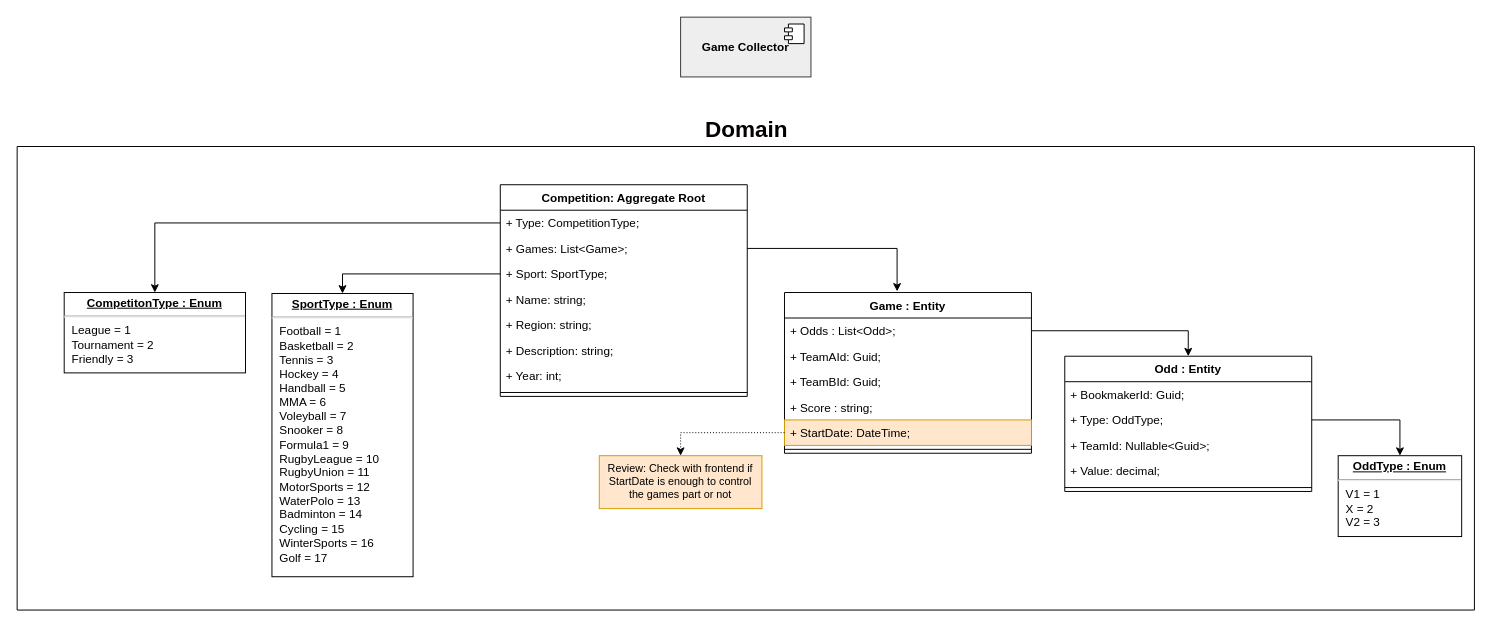
Above: page "bookmaker-integration" (2 of 2) of diagrams/bookmaker-integration.drawio in skullizador/bookmaker-integration (draw.io), before the change. Source tidied: cells renumbered, new cells numbered last; positions are measured from the earlier drawing's top-left corner, leaving out a move shared by most shapes. Both pictures are drawn from the tidied source at 98%, with x=0, y=0 at pixel (17, 17).
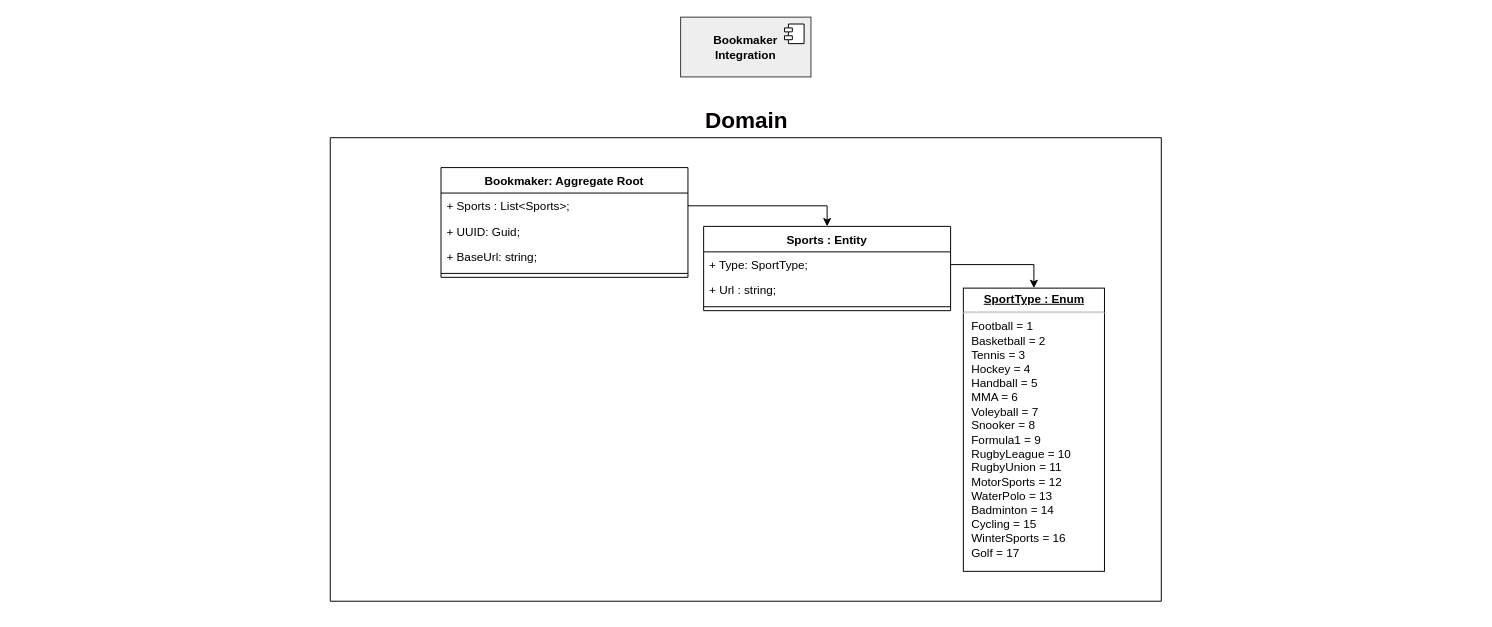
After the change.

Change to the diagram source:
```diff
@@
     <mxCell id="2" value="Domain" style="swimlane;horizontal=1;fontSize=23;html=1;labelPosition=center;verticalLabelPosition=top;align=center;verticalAlign=bottom;startSize=0;glass=0;shadow=0;swimlaneFillColor=none;fontColor=#050000;" parent="1" vertex="1">
-      <mxGeometry y="132" width="1487" height="473" as="geometry" />
+      <mxGeometry x="319.5" y="123" width="848" height="473" as="geometry" />
     </mxCell>
-    <mxCell id="3" value="&lt;p style=&quot;margin:0px;margin-top:4px;text-align:center;text-decoration:underline;&quot;&gt;&lt;b&gt;OddType : Enum&lt;/b&gt;&lt;/p&gt;&lt;hr&gt;&lt;p style=&quot;margin:0px;margin-left:8px;&quot;&gt;V1 = 1&lt;/p&gt;&lt;p style=&quot;margin:0px;margin-left:8px;&quot;&gt;X = 2&lt;/p&gt;&lt;p style=&quot;margin:0px;margin-left:8px;&quot;&gt;V2 = 3&lt;/p&gt;" style="verticalAlign=top;align=left;overflow=fill;fontSize=12;fontFamily=Helvetica;html=1;" parent="2" vertex="1">
-      <mxGeometry x="1348" y="315.5" width="126" height="82.5" as="geometry" />
-    </mxCell>
-    <mxCell id="4" value="Odd : Entity" style="swimlane;fontStyle=1;align=center;verticalAlign=top;horizontal=1;startSize=26;" parent="2" vertex="1">
-      <mxGeometry x="1069" y="214" width="252" height="138" as="geometry" />
+    <mxCell id="4" value="Sports : Entity" style="swimlane;fontStyle=1;align=center;verticalAlign=top;horizontal=1;startSize=26;" parent="2" vertex="1">
+      <mxGeometry x="381" y="90.5" width="252" height="86" as="geometry" />
     </mxCell>
-    <mxCell id="5" value="+ BookmakerId: Guid;" style="text;strokeColor=none;fillColor=none;align=left;verticalAlign=top;spacingLeft=4;spacingRight=4;overflow=hidden;" parent="4" vertex="1">
-      <mxGeometry y="26" width="252" height="26" as="geometry" />
-    </mxCell>
-    <mxCell id="6" value="+ Type: OddType;" style="text;strokeColor=none;fillColor=none;align=left;verticalAlign=top;spacingLeft=4;spacingRight=4;overflow=hidden;points=[[0,0.5],[1,0.5]];portConstraint=eastwest;" parent="4" vertex="1">
-      <mxGeometry y="52" width="252" height="26" as="geometry" />
+    <mxCell id="6" value="+ Type: SportType;" style="text;strokeColor=none;fillColor=none;align=left;verticalAlign=top;spacingLeft=4;spacingRight=4;overflow=hidden;points=[[0,0.5],[1,0.5]];portConstraint=eastwest;" parent="4" vertex="1">
+      <mxGeometry y="26" width="252" height="26" as="geometry" />
     </mxCell>
-    <mxCell id="7" value="+ TeamId: Nullable&lt;Guid&gt;;" style="text;strokeColor=none;fillColor=none;align=left;verticalAlign=top;spacingLeft=4;spacingRight=4;overflow=hidden;" parent="4" vertex="1">
-      <mxGeometry y="78" width="252" height="26" as="geometry" />
-    </mxCell>
-    <mxCell id="8" value="+ Value: decimal;" style="text;strokeColor=none;fillColor=none;align=left;verticalAlign=top;spacingLeft=4;spacingRight=4;overflow=hidden;" parent="4" vertex="1">
-      <mxGeometry y="104" width="252" height="26" as="geometry" />
+    <mxCell id="8" value="+ Url : string;" style="text;strokeColor=none;fillColor=none;align=left;verticalAlign=top;spacingLeft=4;spacingRight=4;overflow=hidden;" parent="4" vertex="1">
+      <mxGeometry y="52" width="252" height="26" as="geometry" />
     </mxCell>
     <mxCell id="9" style="line;strokeWidth=1;fillColor=none;align=left;verticalAlign=middle;spacingTop=-1;spacingLeft=3;spacingRight=3;labelPosition=right;" parent="4" vertex="1">
-      <mxGeometry y="130" width="252" height="8" as="geometry" />
+      <mxGeometry y="78" width="252" height="8" as="geometry" />
     </mxCell>
-    <mxCell id="10" value="Game : Entity" style="swimlane;fontStyle=1;align=center;verticalAlign=top;horizontal=1;startSize=26;" parent="2" vertex="1">
-      <mxGeometry x="783" y="149" width="252" height="164" as="geometry" />
-    </mxCell>
-    <mxCell id="11" value="+ Odds : List&lt;Odd&gt;;" style="text;strokeColor=none;fillColor=none;align=left;verticalAlign=top;spacingLeft=4;spacingRight=4;overflow=hidden;points=[[0,0.5],[1,0.5]];portConstraint=eastwest;" parent="10" vertex="1">
-      <mxGeometry y="26" width="252" height="26" as="geometry" />
-    </mxCell>
-    <mxCell id="12" value="+ TeamAId: Guid;" style="text;strokeColor=none;fillColor=none;align=left;verticalAlign=top;spacingLeft=4;spacingRight=4;overflow=hidden;" parent="10" vertex="1">
-      <mxGeometry y="52" width="252" height="26" as="geometry" />
-    </mxCell>
-    <mxCell id="13" value="+ TeamBId: Guid;" style="text;strokeColor=none;fillColor=none;align=left;verticalAlign=top;spacingLeft=4;spacingRight=4;overflow=hidden;" parent="10" vertex="1">
-      <mxGeometry y="78" width="252" height="26" as="geometry" />
-    </mxCell>
-    <mxCell id="14" value="+ Score : string;" style="text;strokeColor=none;fillColor=none;align=left;verticalAlign=top;spacingLeft=4;spacingRight=4;overflow=hidden;" parent="10" vertex="1">
-      <mxGeometry y="104" width="252" height="26" as="geometry" />
-    </mxCell>
-    <mxCell id="15" value="+ StartDate: DateTime;" style="text;strokeColor=#d79b00;fillColor=#ffe6cc;align=left;verticalAlign=top;spacingLeft=4;spacingRight=4;overflow=hidden;points=[[0,0.5],[1,0.5]];portConstraint=eastwest;" parent="10" vertex="1">
-      <mxGeometry y="130" width="252" height="26" as="geometry" />
-    </mxCell>
-    <mxCell id="16" style="line;strokeWidth=1;fillColor=none;align=left;verticalAlign=middle;spacingTop=-1;spacingLeft=3;spacingRight=3;labelPosition=right;" parent="10" vertex="1">
-      <mxGeometry y="156" width="252" height="8" as="geometry" />
-    </mxCell>
-    <mxCell id="17" style="edgeStyle=orthogonalEdgeStyle;rounded=0;jettySize=auto;html=1;entryX=0.456;entryY=-0.007;entryDx=0;entryDy=0;entryPerimeter=0;" parent="2" edge="1" source="27" target="10">
-      <mxGeometry relative="1" as="geometry" />
-    </mxCell>
-    <mxCell id="18" style="edgeStyle=orthogonalEdgeStyle;rounded=0;jettySize=auto;html=1;entryX=0.5;entryY=0;entryDx=0;entryDy=0;" parent="2" edge="1" source="11" target="4">
-      <mxGeometry relative="1" as="geometry" />
-    </mxCell>
-    <mxCell id="19" value="Review: Check with frontend if StartDate is enough to control the games part or not" style="whiteSpace=wrap;html=1;align=center;verticalAlign=top;fillColor=#ffe6cc;strokeColor=#d79b00;gradientColor=none;spacingLeft=4;spacingRight=4;fontSize=11;fontStyle=0;" parent="2" vertex="1">
-      <mxGeometry x="594" y="315.5" width="166" height="54" as="geometry" />
-    </mxCell>
-    <mxCell id="20" value="&lt;p style=&quot;margin:0px;margin-top:4px;text-align:center;text-decoration:underline;&quot;&gt;&lt;b&gt;CompetitonType : Enum&lt;/b&gt;&lt;/p&gt;&lt;hr&gt;&lt;p style=&quot;margin:0px;margin-left:8px;&quot;&gt;League = 1&lt;/p&gt;&lt;p style=&quot;margin:0px;margin-left:8px;&quot;&gt;Tournament = 2&amp;nbsp;&lt;/p&gt;&lt;p style=&quot;margin:0px;margin-left:8px;&quot;&gt;Friendly = 3&lt;/p&gt;&lt;p style=&quot;margin:0px;margin-left:8px;&quot;&gt;&lt;br&gt;&lt;/p&gt;" style="verticalAlign=top;align=left;overflow=fill;fontSize=12;fontFamily=Helvetica;html=1;" parent="2" vertex="1">
-      <mxGeometry x="48" y="149" width="185" height="82" as="geometry" />
-    </mxCell>
-    <mxCell id="21" style="edgeStyle=orthogonalEdgeStyle;rounded=0;jettySize=auto;html=1;entryX=0.5;entryY=0;entryDx=0;entryDy=0;fontSize=11;" parent="2" edge="1" source="26" target="20">
-      <mxGeometry relative="1" as="geometry" />
-    </mxCell>
+    <mxCell id="25" value="Bookmaker: Aggregate Root" style="swimlane;fontStyle=1;align=center;verticalAlign=top;horizontal=1;startSize=26;" parent="2" vertex="1">
+      <mxGeometry x="113" y="30.5" width="252" height="112" as="geometry" />
+    </mxCell>
+    <mxCell id="37" value="+ Sports : List&lt;Sports&gt;;" style="text;strokeColor=none;fillColor=none;align=left;verticalAlign=top;spacingLeft=4;spacingRight=4;overflow=hidden;points=[[0,0.5],[1,0.5]];portConstraint=eastwest;" parent="25" vertex="1">
+      <mxGeometry y="26" width="252" height="26" as="geometry" />
+    </mxCell>
+    <mxCell id="29" value="+ UUID: Guid;" style="text;strokeColor=none;fillColor=none;align=left;verticalAlign=top;spacingLeft=4;spacingRight=4;overflow=hidden;" parent="25" vertex="1">
+      <mxGeometry y="52" width="252" height="26" as="geometry" />
+    </mxCell>
+    <mxCell id="31" value="+ BaseUrl: string;" style="text;strokeColor=none;fillColor=none;align=left;verticalAlign=top;spacingLeft=4;spacingRight=4;overflow=hidden;" parent="25" vertex="1">
+      <mxGeometry y="78" width="252" height="26" as="geometry" />
+    </mxCell>
+    <mxCell id="33" style="line;strokeWidth=1;fillColor=none;align=left;verticalAlign=middle;spacingTop=-1;spacingLeft=3;spacingRight=3;labelPosition=right;" parent="25" vertex="1">
+      <mxGeometry y="104" width="252" height="8" as="geometry" />
+    </mxCell>
+    <mxCell id="38" style="edgeStyle=orthogonalEdgeStyle;rounded=0;jettySize=auto;html=1;entryX=0.5;entryY=0;entryDx=0;entryDy=0;" parent="2" edge="1" source="37" target="4">
+      <mxGeometry relative="1" as="geometry" />
+    </mxCell>
     <mxCell id="22" value="&lt;p style=&quot;margin:0px;margin-top:4px;text-align:center;text-decoration:underline;&quot;&gt;&lt;b&gt;SportType : Enum&lt;/b&gt;&lt;/p&gt;&lt;hr&gt;&lt;p style=&quot;margin:0px;margin-left:8px;&quot;&gt;Football = 1&lt;/p&gt;&lt;p style=&quot;margin:0px;margin-left:8px;&quot;&gt;Basketball = 2&lt;/p&gt;&lt;p style=&quot;margin:0px;margin-left:8px;&quot;&gt;Tennis = 3&lt;/p&gt;&lt;p style=&quot;margin:0px;margin-left:8px;&quot;&gt;Hockey = 4&amp;nbsp;&lt;/p&gt;&lt;p style=&quot;margin:0px;margin-left:8px;&quot;&gt;Handball = 5&lt;/p&gt;&lt;p style=&quot;margin:0px;margin-left:8px;&quot;&gt;MMA = 6&amp;nbsp;&lt;/p&gt;&lt;p style=&quot;margin:0px;margin-left:8px;&quot;&gt;Voleyball = 7&lt;/p&gt;&lt;p style=&quot;margin:0px;margin-left:8px;&quot;&gt;Snooker = 8&lt;/p&gt;&lt;p style=&quot;margin:0px;margin-left:8px;&quot;&gt;Formula1 = 9&amp;nbsp;&lt;/p&gt;&lt;p style=&quot;margin:0px;margin-left:8px;&quot;&gt;RugbyLeague = 10&lt;/p&gt;&lt;p style=&quot;margin:0px;margin-left:8px;&quot;&gt;RugbyUnion = 11&lt;br&gt;&lt;/p&gt;&lt;p style=&quot;margin:0px;margin-left:8px;&quot;&gt;MotorSports = 12&lt;/p&gt;&lt;p style=&quot;margin:0px;margin-left:8px;&quot;&gt;WaterPolo = 13&lt;/p&gt;&lt;p style=&quot;margin:0px;margin-left:8px;&quot;&gt;Badminton = 14&lt;/p&gt;&lt;p style=&quot;margin:0px;margin-left:8px;&quot;&gt;Cycling = 15&lt;/p&gt;&lt;p style=&quot;margin:0px;margin-left:8px;&quot;&gt;WinterSports = 16&lt;/p&gt;&lt;p style=&quot;margin:0px;margin-left:8px;&quot;&gt;Golf = 17&lt;/p&gt;&lt;p style=&quot;margin:0px;margin-left:8px;&quot;&gt;&lt;br&gt;&lt;/p&gt;&lt;p style=&quot;margin:0px;margin-left:8px;&quot;&gt;&lt;br&gt;&lt;/p&gt;&lt;p style=&quot;margin:0px;margin-left:8px;&quot;&gt;&lt;br&gt;&lt;/p&gt;" style="verticalAlign=top;align=left;overflow=fill;fontSize=12;fontFamily=Helvetica;html=1;" parent="2" vertex="1">
-      <mxGeometry x="260" y="150" width="144" height="289" as="geometry" />
+      <mxGeometry x="646" y="153.5" width="144" height="289" as="geometry" />
     </mxCell>
-    <mxCell id="23" style="edgeStyle=orthogonalEdgeStyle;rounded=0;jettySize=auto;html=1;fontSize=11;" parent="2" edge="1" source="28" target="22">
-      <mxGeometry relative="1" as="geometry" />
-    </mxCell>
-    <mxCell id="24" style="edgeStyle=orthogonalEdgeStyle;rounded=0;jettySize=auto;html=1;entryX=0.5;entryY=0;entryDx=0;entryDy=0;fontSize=11;dashed=1;dashPattern=1 2;" parent="2" edge="1" source="15" target="19">
-      <mxGeometry relative="1" as="geometry" />
-    </mxCell>
-    <mxCell id="25" value="Competition: Aggregate Root" style="swimlane;fontStyle=1;align=center;verticalAlign=top;horizontal=1;startSize=26;" parent="2" vertex="1">
-      <mxGeometry x="493" y="39" width="252" height="216" as="geometry" />
-    </mxCell>
-    <mxCell id="26" value="+ Type: CompetitionType;" style="text;strokeColor=none;fillColor=none;align=left;verticalAlign=top;spacingLeft=4;spacingRight=4;overflow=hidden;points=[[0,0.5],[1,0.5]];portConstraint=eastwest;" parent="25" vertex="1">
-      <mxGeometry y="26" width="252" height="26" as="geometry" />
-    </mxCell>
-    <mxCell id="27" value="+ Games: List&lt;Game&gt;;" style="text;strokeColor=none;fillColor=none;align=left;verticalAlign=top;spacingLeft=4;spacingRight=4;overflow=hidden;points=[[0,0.5],[1,0.5]];portConstraint=eastwest;" parent="25" vertex="1">
-      <mxGeometry y="52" width="252" height="26" as="geometry" />
-    </mxCell>
-    <mxCell id="28" value="+ Sport: SportType;" style="text;strokeColor=none;fillColor=none;align=left;verticalAlign=top;spacingLeft=4;spacingRight=4;overflow=hidden;points=[[0,0.5],[1,0.5]];portConstraint=eastwest;" parent="25" vertex="1">
-      <mxGeometry y="78" width="252" height="26" as="geometry" />
-    </mxCell>
-    <mxCell id="29" value="+ Name: string;" style="text;strokeColor=none;fillColor=none;align=left;verticalAlign=top;spacingLeft=4;spacingRight=4;overflow=hidden;" parent="25" vertex="1">
-      <mxGeometry y="104" width="252" height="26" as="geometry" />
-    </mxCell>
-    <mxCell id="30" value="+ Region: string; " style="text;strokeColor=none;fillColor=none;align=left;verticalAlign=top;spacingLeft=4;spacingRight=4;overflow=hidden;" parent="25" vertex="1">
-      <mxGeometry y="130" width="252" height="26" as="geometry" />
-    </mxCell>
-    <mxCell id="31" value="+ Description: string;" style="text;strokeColor=none;fillColor=none;align=left;verticalAlign=top;spacingLeft=4;spacingRight=4;overflow=hidden;" parent="25" vertex="1">
-      <mxGeometry y="156" width="252" height="26" as="geometry" />
-    </mxCell>
-    <mxCell id="32" value="+ Year: int;" style="text;strokeColor=none;fillColor=none;align=left;verticalAlign=top;spacingLeft=4;spacingRight=4;overflow=hidden;" parent="25" vertex="1">
-      <mxGeometry y="182" width="252" height="26" as="geometry" />
-    </mxCell>
-    <mxCell id="33" style="line;strokeWidth=1;fillColor=none;align=left;verticalAlign=middle;spacingTop=-1;spacingLeft=3;spacingRight=3;labelPosition=right;" parent="25" vertex="1">
-      <mxGeometry y="208" width="252" height="8" as="geometry" />
-    </mxCell>
-    <mxCell id="34" style="edgeStyle=orthogonalEdgeStyle;rounded=0;jettySize=auto;html=1;fontSize=11;" parent="2" edge="1" source="6" target="3">
-      <mxGeometry relative="1" as="geometry" />
-    </mxCell>
+    <mxCell id="39" style="edgeStyle=orthogonalEdgeStyle;rounded=0;jettySize=auto;html=1;entryX=0.5;entryY=0;entryDx=0;entryDy=0;" parent="2" edge="1" source="6" target="22">
+      <mxGeometry relative="1" as="geometry" />
+    </mxCell>
-    <mxCell id="35" value="Game Collector" style="html=1;rounded=0;shadow=0;glass=0;labelBackgroundColor=none;labelBorderColor=none;sketch=0;fontFamily=Helvetica;strokeColor=#36393d;fontStyle=1;fillColor=#eeeeee;whiteSpace=wrap;" parent="1" vertex="1">
+    <mxCell id="35" value="Bookmaker&lt;br&gt;Integration" style="html=1;rounded=0;shadow=0;glass=0;labelBackgroundColor=none;labelBorderColor=none;sketch=0;fontFamily=Helvetica;strokeColor=#36393d;fontStyle=1;fillColor=#eeeeee;whiteSpace=wrap;" parent="1" vertex="1">
       <mxGeometry x="677" width="133" height="61" as="geometry" />
     </mxCell>
```
